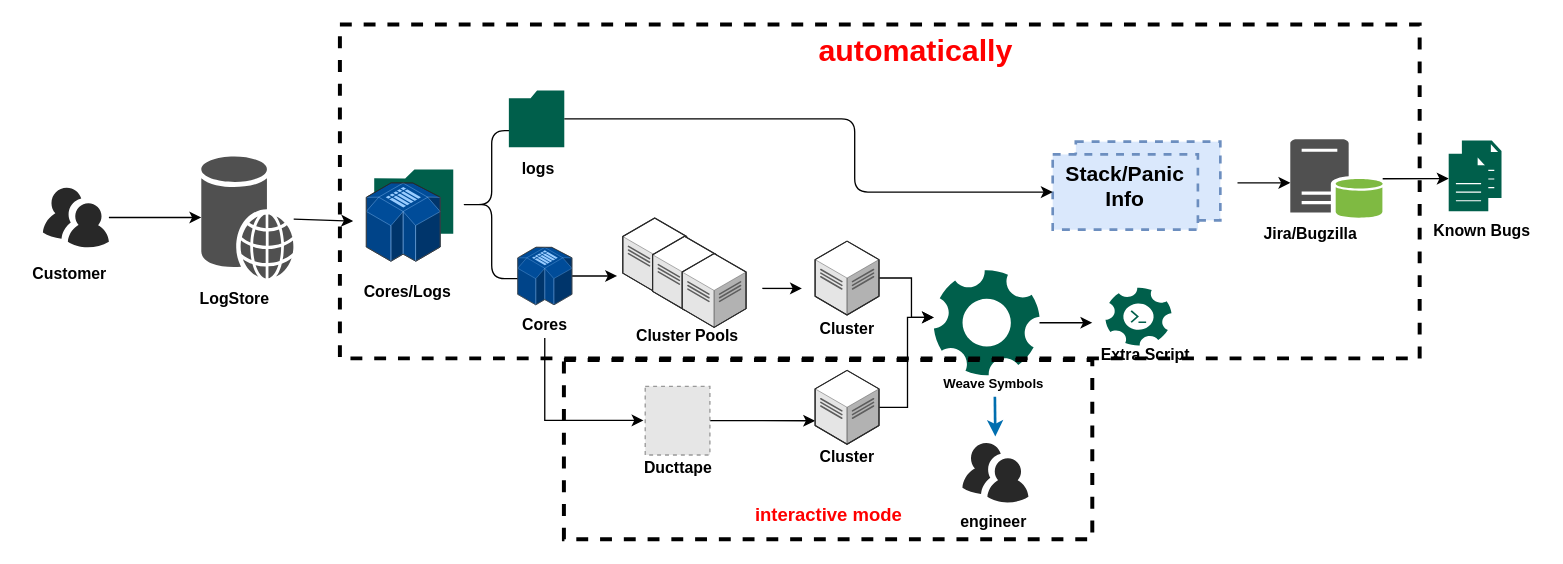
Earlier version of the draw.io diagram auto.drawio (JintGuo/common). Source tidied: cells renumbered, new cells numbered last; positions are measured from the earlier drawing's top-left corner, leaving out a move shared by most shapes. Both pictures are drawn from the tidied source at 132%, with x=0, y=0 at pixel (22, 24). Pictures stored in the file or linked from it are replaced by grey dashed boxes.
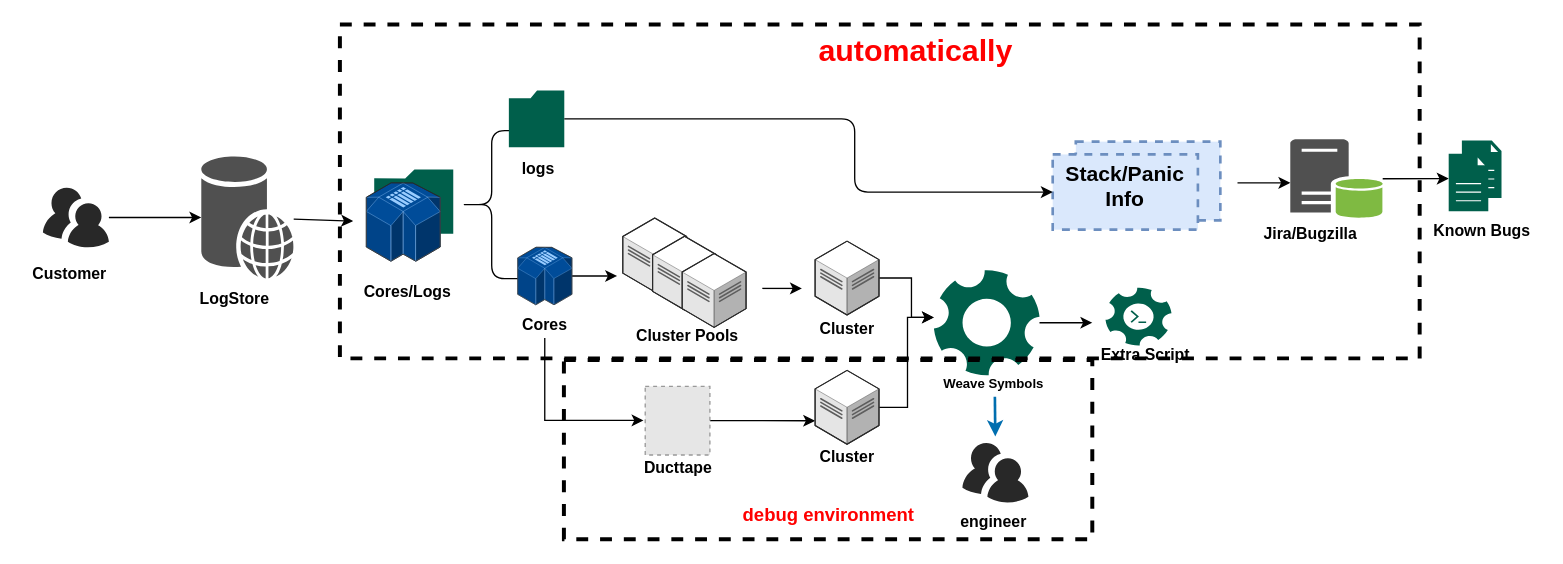
The same page after the edit.

Change to the diagram source:
```diff
@@
-    <mxCell id="45" value="&lt;font color=&quot;#ff0000&quot; style=&quot;font-size: 14px&quot;&gt;interactive mode&lt;/font&gt;" style="text;html=1;align=center;verticalAlign=middle;fillColor=none;strokeColor=none;rounded=0;shadow=0;glass=0;sketch=0;fontStyle=1;" parent="1" vertex="1">
-      <mxGeometry x="544.8" y="362.1" width="130" height="20" as="geometry" />
+    <mxCell id="45" value="&lt;font color=&quot;#ff0000&quot; style=&quot;font-size: 14px&quot;&gt;debug environment&lt;/font&gt;" style="text;html=1;align=center;verticalAlign=middle;fillColor=none;strokeColor=none;rounded=0;shadow=0;glass=0;sketch=0;fontStyle=1;" parent="1" vertex="1">
+      <mxGeometry x="534.8" y="362.1" width="150" height="20" as="geometry" />
     </mxCell>
```
